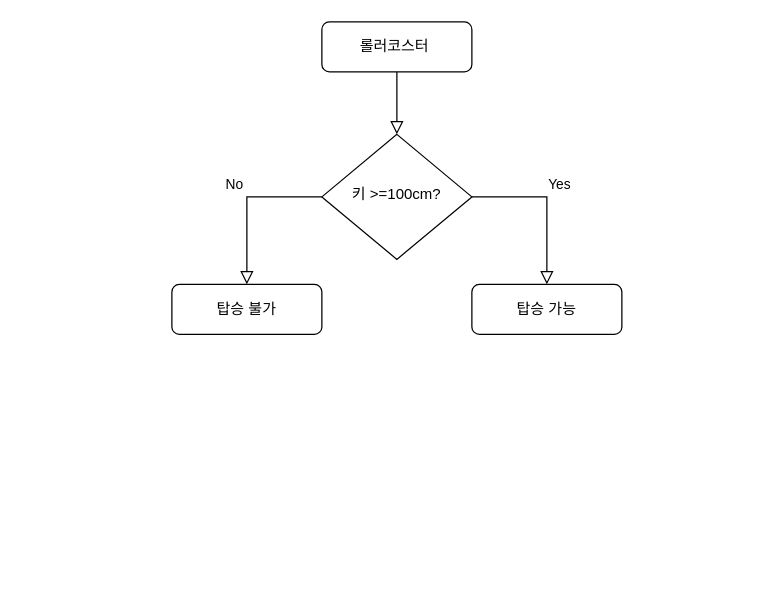
Above: 제목 없는 다이어그램.drawio in ehdcjf/py-lecture (draw.io), before the change. Source tidied: cells renumbered, new cells numbered last; positions are measured from the earlier drawing's top-left corner, leaving out a move shared by most shapes. Both pictures are drawn from the tidied source at 125%, with x=0, y=0 at pixel (171, 21).
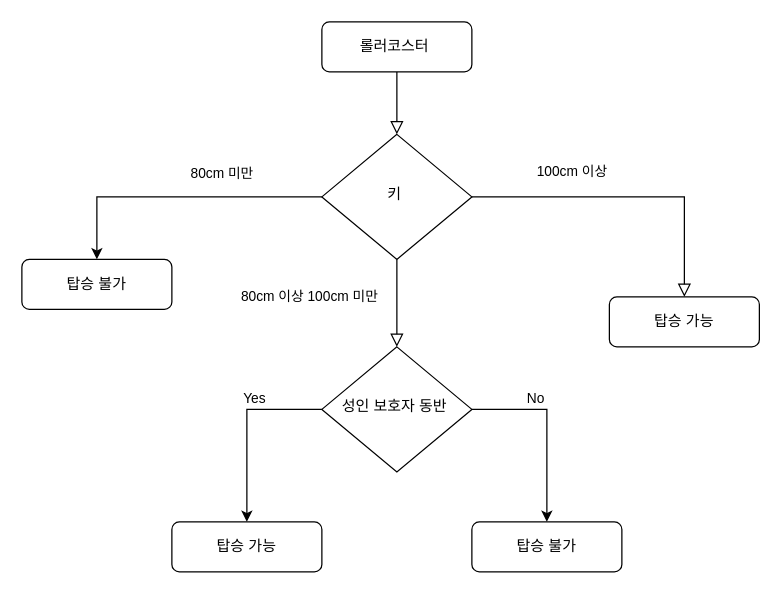
The same page after the edit.

Commit message:
제목 없는 다이어그램.drawio 업데이트

Change to the diagram source:
```diff
@@
-    <mxCell id="4" value="No" style="edgeStyle=orthogonalEdgeStyle;rounded=0;html=1;jettySize=auto;fontSize=11;endArrow=block;endFill=0;endSize=8;strokeWidth=1;shadow=0;labelBackgroundColor=none;exitX=0;exitY=0.5;exitDx=0;exitDy=0;" parent="1" edge="1" source="5" target="6">
-      <mxGeometry x="-0.08" y="-14" relative="1" as="geometry">
-        <mxPoint x="4" y="-10" as="offset" />
-      </mxGeometry>
+    <mxCell id="4" value="80cm 이상 100cm 미만" style="edgeStyle=orthogonalEdgeStyle;rounded=0;html=1;jettySize=auto;fontSize=11;endArrow=block;endFill=0;endSize=8;strokeWidth=1;shadow=0;labelBackgroundColor=none;exitX=0.5;exitY=1;exitDx=0;exitDy=0;entryX=0.5;entryY=0;entryDx=0;entryDy=0;" parent="1" edge="1" source="5" target="15">
+      <mxGeometry x="-0.14" y="-70" relative="1" as="geometry" />
     </mxCell>
+    <mxCell id="9" style="edgeStyle=orthogonalEdgeStyle;rounded=0;jettySize=auto;html=1;entryX=0.5;entryY=0;entryDx=0;entryDy=0;" parent="1" edge="1" source="5" target="18">
+      <mxGeometry relative="1" as="geometry" />
+    </mxCell>
+    <mxCell id="10" value="80cm 미만" style="edgeLabel;html=1;align=center;verticalAlign=middle;" parent="9" vertex="1">
+      <mxGeometry x="-0.1" y="5" relative="1" as="geometry">
+        <mxPoint x="23" y="-25" as="offset" />
+      </mxGeometry>
+    </mxCell>
-    <mxCell id="5" value="키 &amp;gt;=100cm?" style="rhombus;whiteSpace=wrap;html=1;shadow=0;fontFamily=Helvetica;fontSize=12;align=center;strokeWidth=1;spacing=6;spacingTop=-4;" parent="1" vertex="1">
+    <mxCell id="5" value="키&amp;nbsp;" style="rhombus;whiteSpace=wrap;html=1;shadow=0;fontFamily=Helvetica;fontSize=12;align=center;strokeWidth=1;spacing=6;spacingTop=-4;" parent="1" vertex="1">
       <mxGeometry x="120" y="90" width="120" height="100" as="geometry" />
     </mxCell>
-    <mxCell id="6" value="탑승 불가" style="rounded=1;whiteSpace=wrap;html=1;fontSize=12;glass=0;strokeWidth=1;shadow=0;" parent="1" vertex="1">
-      <mxGeometry y="210" width="120" height="40" as="geometry" />
-    </mxCell>
-    <mxCell id="7" value="Yes" style="edgeStyle=orthogonalEdgeStyle;rounded=0;html=1;jettySize=auto;fontSize=11;endArrow=block;endFill=0;endSize=8;strokeWidth=1;shadow=0;labelBackgroundColor=none;exitX=1;exitY=0.5;exitDx=0;exitDy=0;" parent="1" edge="1" source="5" target="8">
-      <mxGeometry x="-0.08" y="14" relative="1" as="geometry">
-        <mxPoint x="-4" y="-10" as="offset" />
-      </mxGeometry>
+    <mxCell id="7" value="100cm 이상" style="edgeStyle=orthogonalEdgeStyle;rounded=0;html=1;jettySize=auto;fontSize=11;endArrow=block;endFill=0;endSize=8;strokeWidth=1;shadow=0;labelBackgroundColor=none;exitX=1;exitY=0.5;exitDx=0;exitDy=0;" parent="1" edge="1" source="5" target="8">
+      <mxGeometry x="-0.36" y="20" relative="1" as="geometry" />
     </mxCell>
     <mxCell id="8" value="탑승 가능" style="rounded=1;whiteSpace=wrap;html=1;fontSize=12;glass=0;strokeWidth=1;shadow=0;" parent="1" vertex="1">
-      <mxGeometry x="240" y="210" width="120" height="40" as="geometry" />
+      <mxGeometry x="350" y="220" width="120" height="40" as="geometry" />
     </mxCell>
+    <mxCell id="11" style="edgeStyle=orthogonalEdgeStyle;rounded=0;jettySize=auto;html=1;entryX=0.5;entryY=0;entryDx=0;entryDy=0;exitX=0;exitY=0.5;exitDx=0;exitDy=0;" parent="1" edge="1" source="15" target="17">
+      <mxGeometry relative="1" as="geometry">
+        <Array as="points">
+          <mxPoint x="60" y="310" />
+        </Array>
+      </mxGeometry>
+    </mxCell>
+    <mxCell id="12" value="Yes" style="edgeLabel;html=1;align=center;verticalAlign=middle;" parent="11" vertex="1">
+      <mxGeometry x="-0.65" y="-2" relative="1" as="geometry">
+        <mxPoint x="-29" y="-8" as="offset" />
+      </mxGeometry>
+    </mxCell>
+    <mxCell id="13" style="edgeStyle=orthogonalEdgeStyle;rounded=0;jettySize=auto;html=1;entryX=0.5;entryY=0;entryDx=0;entryDy=0;exitX=1;exitY=0.5;exitDx=0;exitDy=0;" parent="1" edge="1" source="15" target="16">
+      <mxGeometry relative="1" as="geometry">
+        <Array as="points">
+          <mxPoint x="300" y="310" />
+          <mxPoint x="300" y="400" />
+        </Array>
+      </mxGeometry>
+    </mxCell>
+    <mxCell id="14" value="No" style="edgeLabel;html=1;align=center;verticalAlign=middle;" parent="13" vertex="1">
+      <mxGeometry x="-0.35" y="2" relative="1" as="geometry">
+        <mxPoint x="1" y="-8" as="offset" />
+      </mxGeometry>
+    </mxCell>
+    <mxCell id="15" value="성인 보호자 동반&amp;nbsp;" style="rhombus;whiteSpace=wrap;html=1;shadow=0;fontFamily=Helvetica;fontSize=12;align=center;strokeWidth=1;spacing=6;spacingTop=-4;" parent="1" vertex="1">
+      <mxGeometry x="120" y="260" width="120" height="100" as="geometry" />
+    </mxCell>
+    <mxCell id="16" value="탑승 불가" style="rounded=1;whiteSpace=wrap;html=1;fontSize=12;glass=0;strokeWidth=1;shadow=0;" parent="1" vertex="1">
+      <mxGeometry x="240" y="400" width="120" height="40" as="geometry" />
+    </mxCell>
+    <mxCell id="17" value="탑승 가능" style="rounded=1;whiteSpace=wrap;html=1;fontSize=12;glass=0;strokeWidth=1;shadow=0;" parent="1" vertex="1">
+      <mxGeometry y="400" width="120" height="40" as="geometry" />
+    </mxCell>
+    <mxCell id="18" value="탑승 불가" style="rounded=1;whiteSpace=wrap;html=1;fontSize=12;glass=0;strokeWidth=1;shadow=0;" parent="1" vertex="1">
+      <mxGeometry x="-120" y="190" width="120" height="40" as="geometry" />
+    </mxCell>
```
